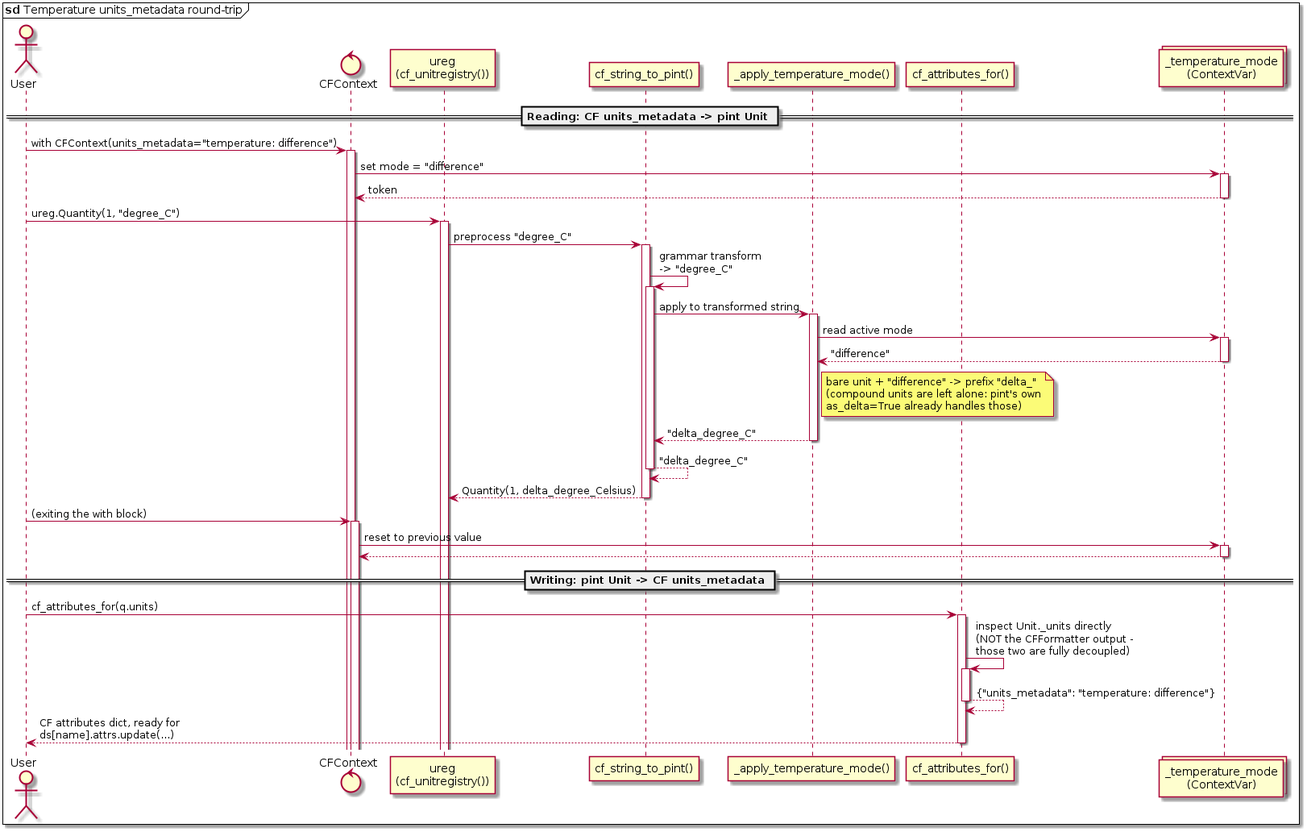
This is docs/arch/sd-temperature.png from pgamez/pint-cf, a PlantUML export, as it was before one commit. Its source is kept beside it as docs/arch/sd-temperature.puml.
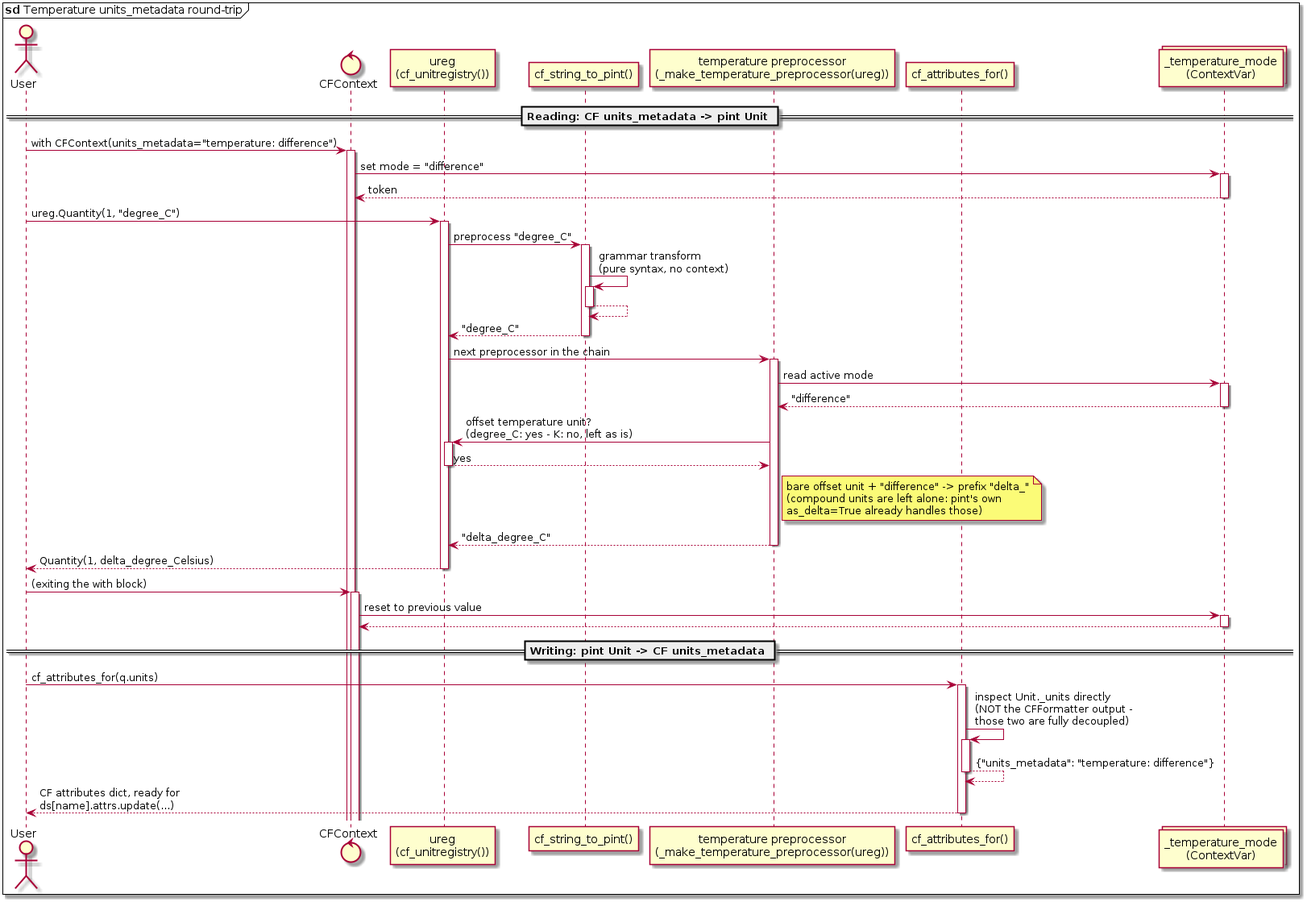
After the change.

Commit message:
Fix CFContext temperature modes for units without an offset

The edit, as a diff of the source:
```diff
@@ -7,7 +7,7 @@
 control "CFContext" as CFCONTEXT
 participant "ureg\n(cf_unitregistry())" as UREG
 participant "cf_string_to_pint()" as PREPROCESSOR
-participant "_apply_temperature_mode()" as TEMP_MODE
+participant "temperature preprocessor\n(_make_temperature_preprocessor(ureg))" as TEMP_MODE
 participant "cf_attributes_for()" as ATTRS_FOR
 collections "_temperature_mode\n(ContextVar)" as CTXVAR
 
@@ -19,16 +19,19 @@
 
 User -> UREG : ureg.Quantity(1, "degree_C")
     UREG -> PREPROCESSOR : preprocess "degree_C"
-        PREPROCESSOR -> PREPROCESSOR : grammar transform\n-> "degree_C"
-        PREPROCESSOR -> TEMP_MODE : apply to transformed string
-            TEMP_MODE -> CTXVAR : read active mode
-                return "difference"
-            note right of TEMP_MODE
-                bare unit + "difference" -> prefix "delta_"
-                (compound units are left alone: pint's own
-                as_delta=True already handles those)
-            end note
-            return "delta_degree_C"
+        PREPROCESSOR -> PREPROCESSOR : grammar transform\n(pure syntax, no context)
+            return
+        return "degree_C"
+    UREG -> TEMP_MODE : next preprocessor in the chain
+        TEMP_MODE -> CTXVAR : read active mode
+            return "difference"
+        TEMP_MODE -> UREG : offset temperature unit?\n(degree_C: yes - K: no, left as is)
+            return yes
+        note right of TEMP_MODE
+            bare offset unit + "difference" -> prefix "delta_"
+            (compound units are left alone: pint's own
+            as_delta=True already handles those)
+        end note
         return "delta_degree_C"
     return Quantity(1, delta_degree_Celsius)
 
```
